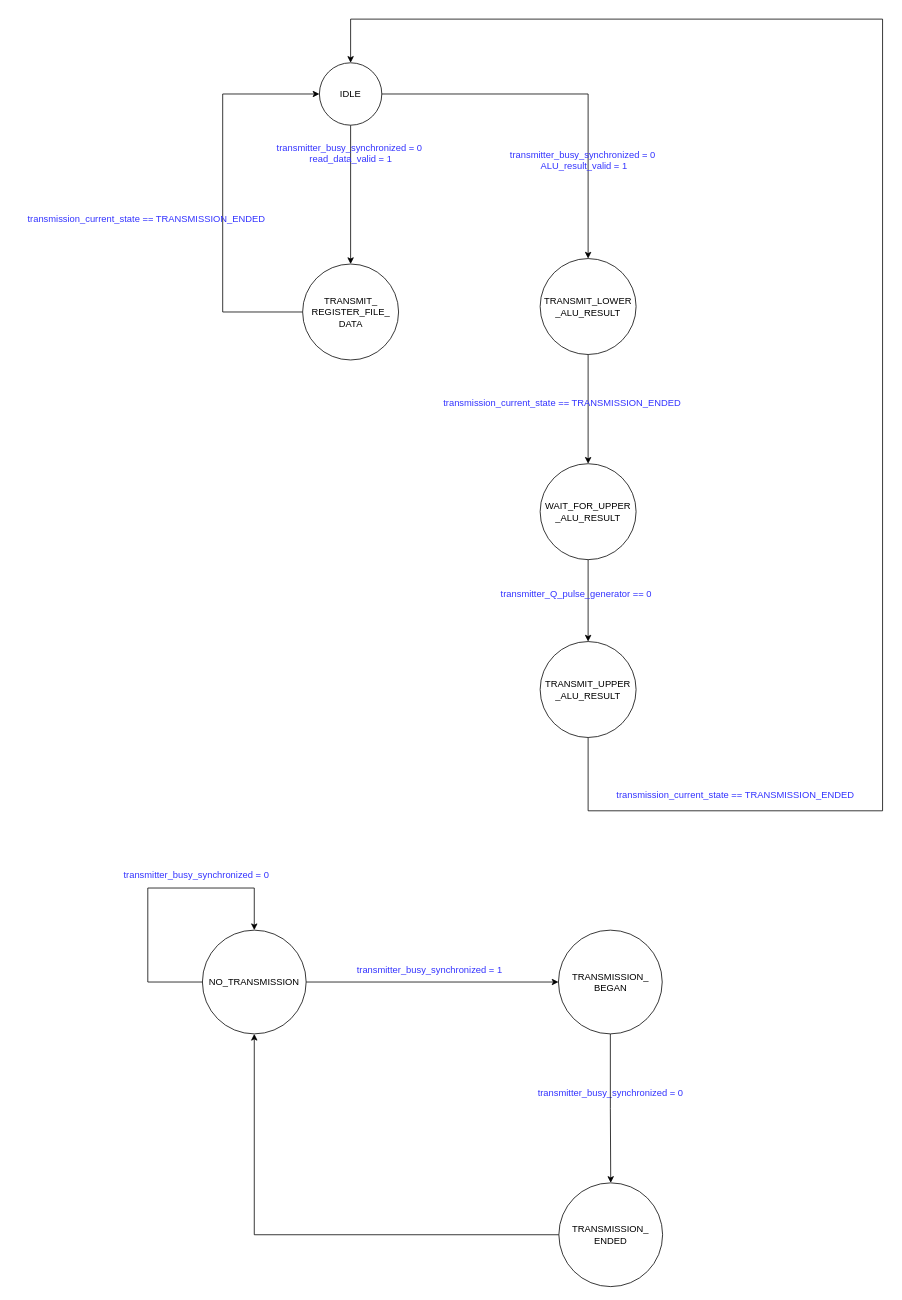
Before: page "UART_transmitter_controller_FSM" (6 of 12) of system_design/Design.drawio in mostafa-elgendy22/PrUcess, a draw.io diagram. Source tidied: cells renumbered, new cells numbered last; positions are measured from the earlier drawing's top-left corner, leaving out a move shared by most shapes. Both pictures are drawn from the tidied source at 78%, with x=0, y=0 at pixel (20, 19).
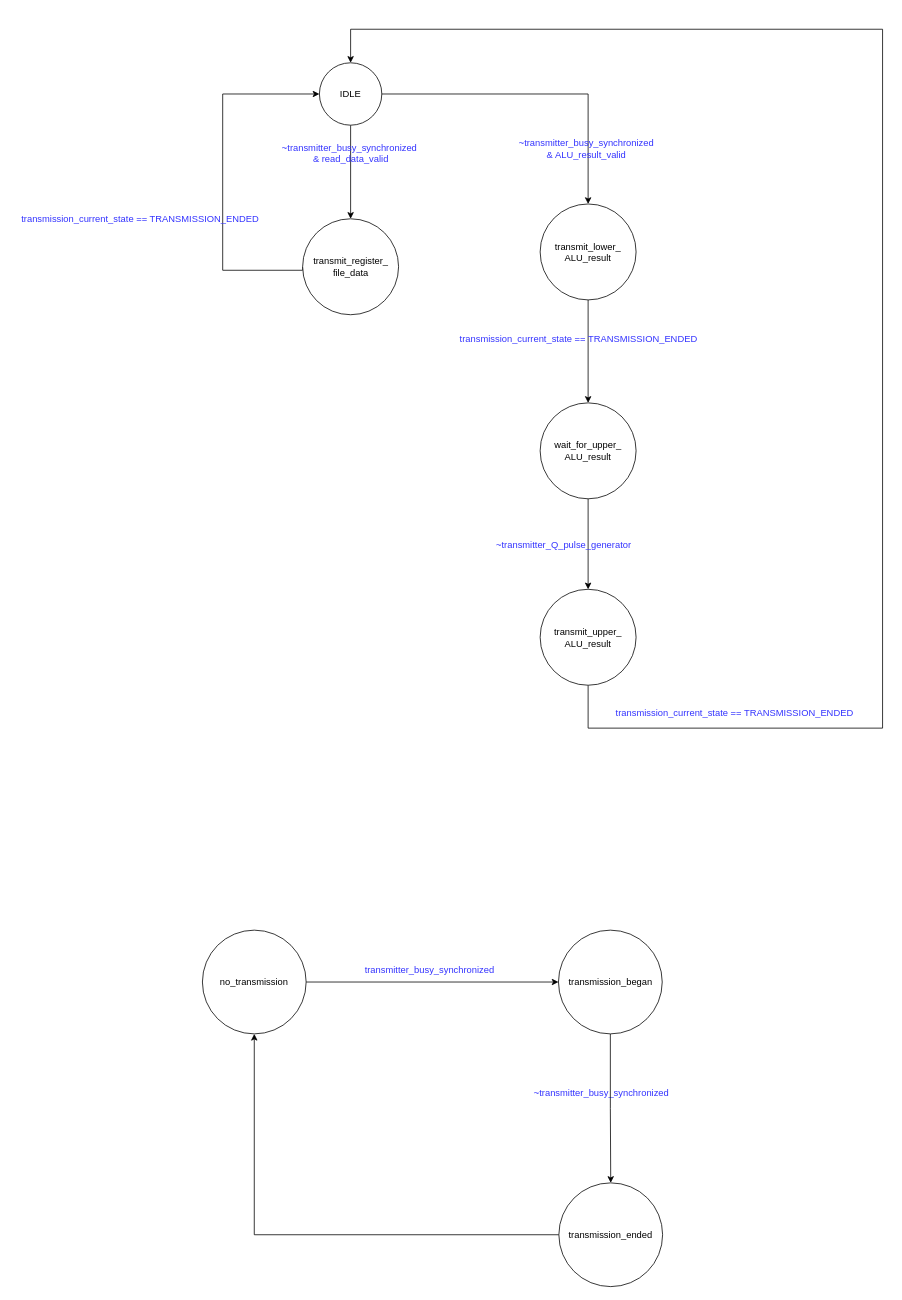
After the change.

The change refers to these unchanged cells:
```xml
<mxCell id="4" value="IDLE" style="ellipse;whiteSpace=wrap;html=1;" parent="1" vertex="1">
  <mxGeometry x="384" y="56" width="80" height="80" as="geometry" />
</mxCell>
```

Change to the diagram source:
```diff
@@
-    <mxCell id="5" value="&lt;font color=&quot;#3333ff&quot;&gt;transmitter_busy_synchronized = 0&amp;nbsp;&lt;br&gt;read_data_valid = 1&lt;/font&gt;" style="text;html=1;align=center;verticalAlign=middle;strokeColor=none;fillColor=none;" parent="1" vertex="1">
-      <mxGeometry x="320" y="151" width="208" height="41" as="geometry" />
+    <mxCell id="5" value="&lt;font color=&quot;#3333ff&quot;&gt;~transmitter_busy_synchronized&amp;nbsp;&lt;br&gt;&amp;amp; read_data_valid&lt;/font&gt;" style="text;html=1;align=center;verticalAlign=middle;strokeColor=none;fillColor=none;" parent="1" vertex="1">
+      <mxGeometry x="327" y="151" width="194" height="41" as="geometry" />
     </mxCell>
     <mxCell id="6" style="edgeStyle=orthogonalEdgeStyle;rounded=0;jettySize=auto;html=1;exitX=0;exitY=0.5;exitDx=0;exitDy=0;entryX=0;entryY=0.5;entryDx=0;entryDy=0;" parent="1" edge="1" source="7" target="4">
       <mxGeometry relative="1" as="geometry">
         <Array as="points">
-          <mxPoint x="260" y="376" />
+          <mxPoint x="363" y="322" />
+          <mxPoint x="260" y="322" />
           <mxPoint x="260" y="96" />
         </Array>
       </mxGeometry>
     </mxCell>
-    <mxCell id="7" value="TRANSMIT_&lt;br&gt;REGISTER_FILE_&lt;br&gt;DATA" style="ellipse;whiteSpace=wrap;html=1;" parent="1" vertex="1">
-      <mxGeometry x="362.5" y="314" width="123" height="123" as="geometry" />
+    <mxCell id="7" value="transmit_register_&lt;br&gt;file_data" style="ellipse;whiteSpace=wrap;html=1;" parent="1" vertex="1">
+      <mxGeometry x="362.5" y="256" width="123" height="123" as="geometry" />
     </mxCell>
     <mxCell id="8" value="&lt;font color=&quot;#3333ff&quot;&gt;transmission_current_state == TRANSMISSION_ENDED&lt;/font&gt;" style="text;html=1;align=center;verticalAlign=middle;strokeColor=none;fillColor=none;" parent="1" vertex="1">
-      <mxGeometry y="244" width="323" height="26" as="geometry" />
+      <mxGeometry x="-8" y="244" width="323" height="26" as="geometry" />
     </mxCell>
@@
-    <mxCell id="10" value="TRANSMIT_LOWER&lt;br&gt;_ALU_RESULT" style="ellipse;whiteSpace=wrap;html=1;" parent="1" vertex="1">
-      <mxGeometry x="667" y="307" width="123" height="123" as="geometry" />
+    <mxCell id="10" value="transmit_lower_&lt;br&gt;ALU_result" style="ellipse;whiteSpace=wrap;html=1;" parent="1" vertex="1">
+      <mxGeometry x="667" y="237" width="123" height="123" as="geometry" />
     </mxCell>
-    <mxCell id="11" value="&lt;font color=&quot;#3333ff&quot;&gt;transmitter_busy_synchronized = 0&amp;nbsp;&lt;br&gt;ALU_result_valid = 1&lt;/font&gt;" style="text;html=1;align=center;verticalAlign=middle;strokeColor=none;fillColor=none;" parent="1" vertex="1">
-      <mxGeometry x="619" y="160" width="208" height="41" as="geometry" />
+    <mxCell id="11" value="&lt;font color=&quot;#3333ff&quot;&gt;~transmitter_busy_synchronized&lt;br&gt;&amp;amp; ALU_result_valid&lt;/font&gt;" style="text;html=1;align=center;verticalAlign=middle;strokeColor=none;fillColor=none;" parent="1" vertex="1">
+      <mxGeometry x="630" y="145" width="191" height="41" as="geometry" />
     </mxCell>
     <mxCell id="12" style="edgeStyle=orthogonalEdgeStyle;rounded=0;jettySize=auto;html=1;exitX=0.5;exitY=1;exitDx=0;exitDy=0;entryX=0.5;entryY=0;entryDx=0;entryDy=0;" parent="1" edge="1" source="13" target="4">
       <mxGeometry relative="1" as="geometry">
         <Array as="points">
-          <mxPoint x="729" y="1015" />
-          <mxPoint x="1106" y="1015" />
-          <mxPoint x="1106" />
-          <mxPoint x="424" />
+          <mxPoint x="729" y="909" />
+          <mxPoint x="1106" y="909" />
+          <mxPoint x="1106" y="13" />
+          <mxPoint x="424" y="13" />
         </Array>
       </mxGeometry>
     </mxCell>
-    <mxCell id="13" value="TRANSMIT_UPPER&lt;br style=&quot;border-color: var(--border-color);&quot;&gt;_ALU_RESULT" style="ellipse;whiteSpace=wrap;html=1;" parent="1" vertex="1">
-      <mxGeometry x="667" y="798" width="123" height="123" as="geometry" />
+    <mxCell id="13" value="transmit_upper_&lt;br&gt;ALU_result" style="ellipse;whiteSpace=wrap;html=1;" parent="1" vertex="1">
+      <mxGeometry x="667" y="731" width="123" height="123" as="geometry" />
     </mxCell>
@@
-    <mxCell id="15" value="&lt;font color=&quot;#000000&quot;&gt;NO_TRANSMISSION&lt;/font&gt;" style="ellipse;whiteSpace=wrap;html=1;fontColor=#FF3333;" parent="1" vertex="1">
+    <mxCell id="15" value="&lt;font color=&quot;#000000&quot;&gt;no_transmission&lt;/font&gt;" style="ellipse;whiteSpace=wrap;html=1;fontColor=#FF3333;" parent="1" vertex="1">
       <mxGeometry x="234" y="1168" width="133" height="133" as="geometry" />
     </mxCell>
-    <mxCell id="16" value="&lt;font color=&quot;#3333ff&quot;&gt;transmitter_busy_synchronized = 0&lt;/font&gt;" style="text;html=1;align=center;verticalAlign=middle;strokeColor=none;fillColor=none;fontColor=#000000;" parent="1" vertex="1">
-      <mxGeometry x="124" y="1085" width="204" height="26" as="geometry" />
-    </mxCell>
-    <mxCell id="17" value="&lt;font color=&quot;#3333ff&quot;&gt;transmitter_busy_synchronized = 1&lt;/font&gt;" style="text;html=1;align=center;verticalAlign=middle;strokeColor=none;fillColor=none;fontColor=#000000;" parent="1" vertex="1">
-      <mxGeometry x="423" y="1206" width="204" height="26" as="geometry" />
+    <mxCell id="17" value="&lt;font color=&quot;#3333ff&quot;&gt;transmitter_busy_synchronized&lt;/font&gt;" style="text;html=1;align=center;verticalAlign=middle;strokeColor=none;fillColor=none;fontColor=#000000;" parent="1" vertex="1">
+      <mxGeometry x="433" y="1206" width="184" height="26" as="geometry" />
     </mxCell>
-    <mxCell id="18" value="&lt;font color=&quot;#3333ff&quot;&gt;transmitter_busy_synchronized = 0&lt;/font&gt;" style="text;html=1;align=center;verticalAlign=middle;strokeColor=none;fillColor=none;fontColor=#000000;" parent="1" vertex="1">
-      <mxGeometry x="655" y="1364" width="204" height="26" as="geometry" />
+    <mxCell id="18" value="&lt;font color=&quot;#3333ff&quot;&gt;~transmitter_busy_synchronized&amp;nbsp;&lt;/font&gt;" style="text;html=1;align=center;verticalAlign=middle;strokeColor=none;fillColor=none;fontColor=#000000;" parent="1" vertex="1">
+      <mxGeometry x="650" y="1364" width="194" height="26" as="geometry" />
     </mxCell>
@@
-    <mxCell id="20" value="&lt;font color=&quot;#000000&quot;&gt;TRANSMISSION_&lt;br&gt;BEGAN&lt;br&gt;&lt;/font&gt;" style="ellipse;whiteSpace=wrap;html=1;fontColor=#FF3333;" parent="1" vertex="1">
+    <mxCell id="20" value="&lt;font color=&quot;#000000&quot;&gt;transmission_began&lt;br&gt;&lt;/font&gt;" style="ellipse;whiteSpace=wrap;html=1;fontColor=#FF3333;" parent="1" vertex="1">
       <mxGeometry x="690.5" y="1168" width="133" height="133" as="geometry" />
     </mxCell>
@@
-    <mxCell id="22" value="&lt;font color=&quot;#000000&quot;&gt;TRANSMISSION_&lt;br&gt;ENDED&lt;br&gt;&lt;/font&gt;" style="ellipse;whiteSpace=wrap;html=1;fontColor=#FF3333;" parent="1" vertex="1">
+    <mxCell id="22" value="&lt;font color=&quot;#000000&quot;&gt;transmission_ended&lt;br&gt;&lt;/font&gt;" style="ellipse;whiteSpace=wrap;html=1;fontColor=#FF3333;" parent="1" vertex="1">
       <mxGeometry x="691" y="1492" width="133" height="133" as="geometry" />
     </mxCell>
-    <mxCell id="23" style="edgeStyle=orthogonalEdgeStyle;rounded=0;orthogonalLoop=1;jettySize=auto;html=1;exitX=0;exitY=0.5;exitDx=0;exitDy=0;entryX=0.5;entryY=0;entryDx=0;entryDy=0;fontColor=#000000;" parent="1" edge="1" source="15" target="15">
-      <mxGeometry relative="1" as="geometry">
-        <Array as="points">
-          <mxPoint x="164" y="1234" />
-          <mxPoint x="164" y="1114" />
-          <mxPoint x="301" y="1114" />
-        </Array>
-      </mxGeometry>
-    </mxCell>
@@
-    <mxCell id="25" value="WAIT_FOR_UPPER&lt;br&gt;_ALU_RESULT" style="ellipse;whiteSpace=wrap;html=1;" parent="1" vertex="1">
-      <mxGeometry x="667" y="570" width="123" height="123" as="geometry" />
+    <mxCell id="25" value="wait_for_upper_&lt;br&gt;ALU_result" style="ellipse;whiteSpace=wrap;html=1;" parent="1" vertex="1">
+      <mxGeometry x="667" y="492" width="123" height="123" as="geometry" />
     </mxCell>
     <mxCell id="26" value="&lt;font color=&quot;#3333ff&quot;&gt;transmission_current_state == TRANSMISSION_ENDED&lt;/font&gt;" style="text;html=1;align=center;verticalAlign=middle;strokeColor=none;fillColor=none;" parent="1" vertex="1">
-      <mxGeometry x="533" y="480" width="323" height="26" as="geometry" />
+      <mxGeometry x="554" y="398" width="323" height="26" as="geometry" />
     </mxCell>
     <mxCell id="27" value="&lt;font color=&quot;#3333ff&quot;&gt;transmission_current_state == TRANSMISSION_ENDED&lt;/font&gt;" style="text;html=1;align=center;verticalAlign=middle;strokeColor=none;fillColor=none;" parent="1" vertex="1">
-      <mxGeometry x="755" y="982" width="323" height="26" as="geometry" />
+      <mxGeometry x="754" y="877" width="323" height="26" as="geometry" />
     </mxCell>
-    <mxCell id="28" value="&lt;font color=&quot;#3333ff&quot;&gt;transmitter_Q_pulse_generator == 0&lt;/font&gt;" style="text;html=1;align=center;verticalAlign=middle;strokeColor=none;fillColor=none;" parent="1" vertex="1">
-      <mxGeometry x="607" y="724" width="211" height="26" as="geometry" />
+    <mxCell id="28" value="&lt;font color=&quot;#3333ff&quot;&gt;~transmitter_Q_pulse_generator&lt;/font&gt;" style="text;html=1;align=center;verticalAlign=middle;strokeColor=none;fillColor=none;" parent="1" vertex="1">
+      <mxGeometry x="601" y="661" width="191" height="26" as="geometry" />
     </mxCell>
```
